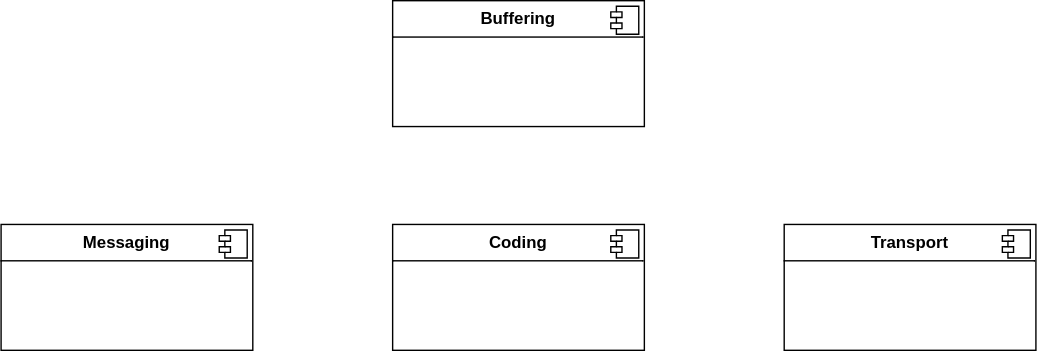
This is images/core_design.svg from BuzzX8/HyperMsg, a draw.io export, as it was before one commit. Source tidied: cells renumbered, new cells last; positions are measured from the earlier drawing's top-left corner, leaving out a move shared by most shapes.
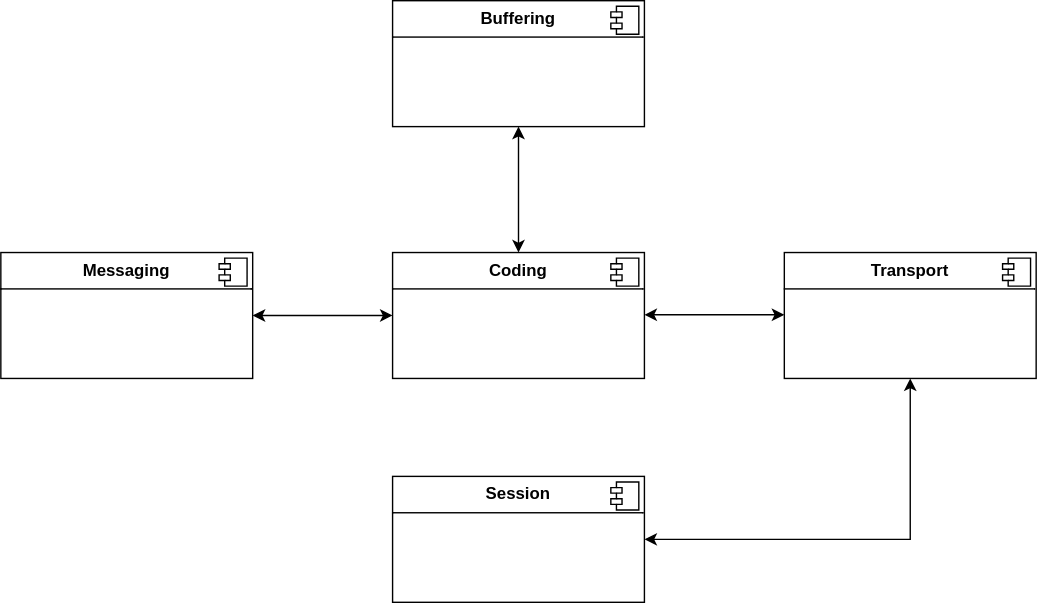
The same file after the commit.

Diff of the diagram source:
```diff
@@ -3,7 +3,7 @@
     <mxCell id="0" />
     <mxCell id="1" parent="0" />
     <mxCell id="2" value="&lt;p style=&quot;margin:0px;margin-top:6px;text-align:center;&quot;&gt;&lt;b&gt;Buffering&lt;/b&gt;&lt;/p&gt;&lt;hr size=&quot;1&quot; style=&quot;border-style:solid;&quot;&gt;&lt;p style=&quot;margin:0px;margin-left:8px;&quot;&gt;&lt;br&gt;&lt;/p&gt;" style="align=left;overflow=fill;html=1;whiteSpace=wrap;" parent="1" vertex="1">
-      <mxGeometry x="280" width="180" height="90" as="geometry" />
+      <mxGeometry x="280" y="-20" width="180" height="90" as="geometry" />
     </mxCell>
     <mxCell id="3" style="shape=component;jettyWidth=8;jettyHeight=4;" parent="2" vertex="1">
       <mxGeometry x="1" width="20" height="20" relative="1" as="geometry">
@@ -34,5 +34,32 @@
         <mxPoint x="-24" y="4" as="offset" />
       </mxGeometry>
     </mxCell>
+    <mxCell id="10" style="endArrow=classic;startArrow=classic;html=1;rounded=0;entryX=0;entryY=0.5;entryDx=0;entryDy=0;exitX=1;exitY=0.5;exitDx=0;exitDy=0;" parent="1" edge="1" source="8" target="4">
+      <mxGeometry relative="1" as="geometry" />
+    </mxCell>
+    <mxCell id="11" style="endArrow=classic;startArrow=classic;html=1;rounded=0;entryX=0;entryY=0.5;entryDx=0;entryDy=0;exitX=1;exitY=0.5;exitDx=0;exitDy=0;" parent="1" edge="1">
+      <mxGeometry relative="1" as="geometry">
+        <mxPoint x="460" y="204.5" as="sourcePoint" />
+        <mxPoint x="560" y="204.5" as="targetPoint" />
+      </mxGeometry>
+    </mxCell>
+    <mxCell id="12" style="endArrow=classic;startArrow=classic;html=1;rounded=0;entryX=0.5;entryY=1;entryDx=0;entryDy=0;exitX=0.5;exitY=0;exitDx=0;exitDy=0;" parent="1" edge="1" source="4" target="2">
+      <mxGeometry relative="1" as="geometry" />
+    </mxCell>
+    <mxCell id="13" value="&lt;p style=&quot;margin:0px;margin-top:6px;text-align:center;&quot;&gt;&lt;b&gt;Session&lt;/b&gt;&lt;/p&gt;&lt;hr size=&quot;1&quot; style=&quot;border-style:solid;&quot;&gt;&lt;p style=&quot;margin:0px;margin-left:8px;&quot;&gt;&lt;br&gt;&lt;/p&gt;" style="align=left;overflow=fill;html=1;whiteSpace=wrap;" parent="1" vertex="1">
+      <mxGeometry x="280" y="320" width="180" height="90" as="geometry" />
+    </mxCell>
+    <mxCell id="14" style="shape=component;jettyWidth=8;jettyHeight=4;" parent="13" vertex="1">
+      <mxGeometry x="1" width="20" height="20" relative="1" as="geometry">
+        <mxPoint x="-24" y="4" as="offset" />
+      </mxGeometry>
+    </mxCell>
+    <mxCell id="15" style="endArrow=classic;startArrow=classic;html=1;rounded=0;entryX=0.5;entryY=1;entryDx=0;entryDy=0;exitX=1;exitY=0.5;exitDx=0;exitDy=0;" parent="1" edge="1" source="13" target="6">
+      <mxGeometry relative="1" as="geometry">
+        <Array as="points">
+          <mxPoint x="650" y="365" />
+        </Array>
+      </mxGeometry>
+    </mxCell>
   </root>
 </mxGraphModel>
```
